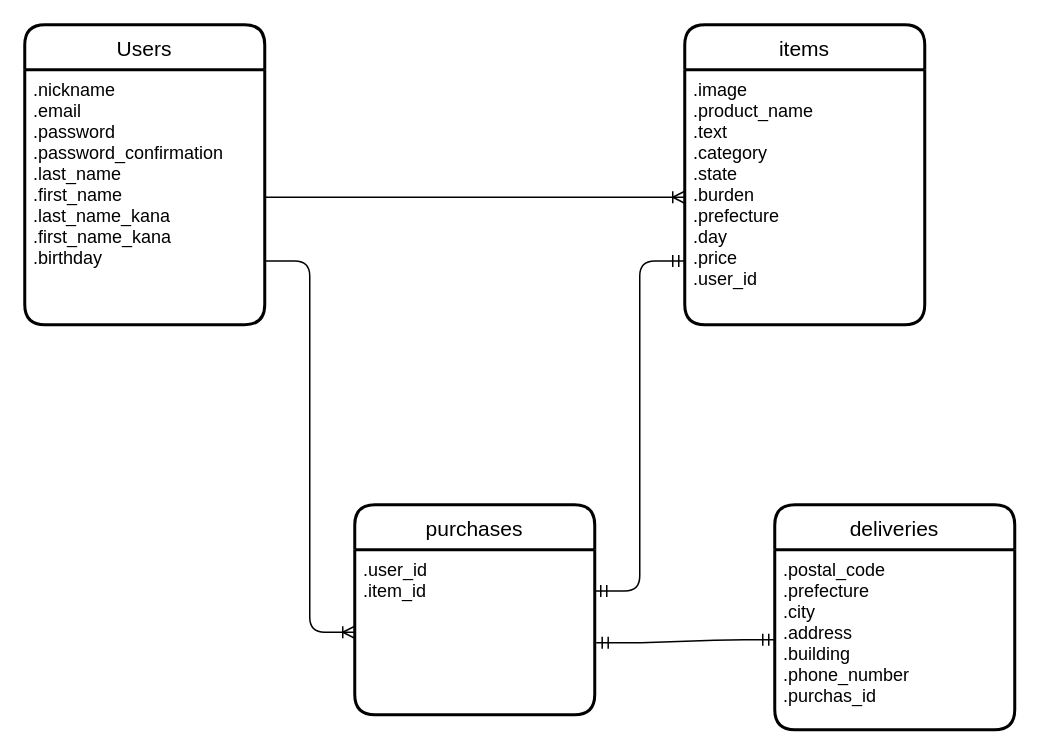
Earlier version of the draw.io diagram furima-32267.dio (mitsu-yama86/furima-32267). Source tidied: cells renumbered, new cells numbered last; positions are measured from the earlier drawing's top-left corner, leaving out a move shared by most shapes. Both pictures are drawn from the tidied source at 150%, with x=0, y=0 at pixel (24, 24).
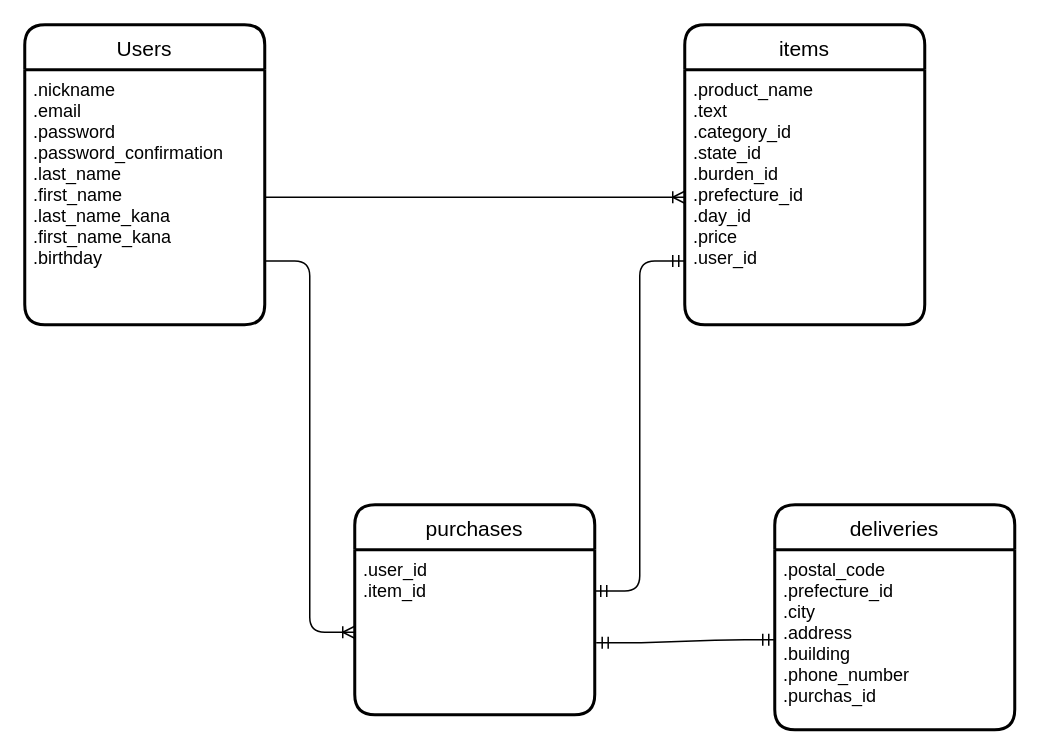
Above is the later version.

The edit, as a diff of the source:
```diff
@@
 <mxGraphModel>
   <root>
     <mxCell id="0" />
     <mxCell id="1" parent="0" />
     <mxCell id="2" value="Users" style="swimlane;horizontal=1;startSize=30;rounded=1;fontSize=14;fontStyle=0;strokeWidth=2;shadow=0;dashed=0;align=center;" parent="1" vertex="1">
       <mxGeometry width="160" height="200" as="geometry" />
     </mxCell>
     <mxCell id="3" value=".nickname&#10;.email&#10;.password&#10;.password_confirmation&#10;.last_name&#10;.first_name&#10;.last_name_kana&#10;.first_name_kana&#10;.birthday" style="align=left;strokeColor=none;fillColor=none;spacingLeft=4;fontSize=12;verticalAlign=top;" parent="2" vertex="1">
       <mxGeometry y="30" width="160" height="170" as="geometry" />
     </mxCell>
     <mxCell id="4" value="items" style="swimlane;horizontal=1;startSize=30;rounded=1;fontSize=14;fontStyle=0;strokeWidth=2;shadow=0;dashed=0;align=center;" parent="1" vertex="1">
       <mxGeometry x="440" width="160" height="200" as="geometry" />
     </mxCell>
-    <mxCell id="5" value=".image&#10;.product_name&#10;.text&#10;.category&#10;.state&#10;.burden&#10;.prefecture&#10;.day&#10;.price&#10;.user_id" style="align=left;strokeColor=none;fillColor=none;spacingLeft=4;fontSize=12;verticalAlign=top;" parent="4" vertex="1">
+    <mxCell id="5" value=".product_name&#10;.text&#10;.category_id&#10;.state_id&#10;.burden_id&#10;.prefecture_id&#10;.day_id&#10;.price&#10;.user_id" style="align=left;strokeColor=none;fillColor=none;spacingLeft=4;fontSize=12;verticalAlign=top;" parent="4" vertex="1">
       <mxGeometry y="30" width="160" height="170" as="geometry" />
     </mxCell>
     <mxCell id="6" value="purchases" style="swimlane;horizontal=1;startSize=30;rounded=1;fontSize=14;fontStyle=0;strokeWidth=2;shadow=0;dashed=0;align=center;" parent="1" vertex="1">
       <mxGeometry x="220" y="320" width="160" height="140" as="geometry" />
     </mxCell>
     <mxCell id="7" value=".user_id&#10;.item_id" style="align=left;strokeColor=none;fillColor=none;spacingLeft=4;fontSize=12;verticalAlign=top;" parent="6" vertex="1">
       <mxGeometry y="30" width="160" height="110" as="geometry" />
     </mxCell>
     <mxCell id="8" value="deliveries" style="swimlane;horizontal=1;startSize=30;rounded=1;fontSize=14;fontStyle=0;strokeWidth=2;shadow=0;dashed=0;align=center;" parent="1" vertex="1">
       <mxGeometry x="500" y="320" width="160" height="150" as="geometry" />
     </mxCell>
-    <mxCell id="9" value=".postal_code&#10;.prefecture&#10;.city&#10;.address&#10;.building&#10;.phone_number&#10;.purchas_id&#10;" style="align=left;strokeColor=none;fillColor=none;spacingLeft=4;fontSize=12;verticalAlign=top;" parent="8" vertex="1">
+    <mxCell id="9" value=".postal_code&#10;.prefecture_id&#10;.city&#10;.address&#10;.building&#10;.phone_number&#10;.purchas_id&#10;" style="align=left;strokeColor=none;fillColor=none;spacingLeft=4;fontSize=12;verticalAlign=top;" parent="8" vertex="1">
       <mxGeometry y="30" width="160" height="120" as="geometry" />
     </mxCell>
     <mxCell id="10" style="edgeStyle=entityRelationEdgeStyle;fontSize=12;html=1;endArrow=ERoneToMany;exitX=1;exitY=0.5;exitDx=0;exitDy=0;entryX=0;entryY=0.5;entryDx=0;entryDy=0;" parent="1" edge="1" source="3" target="5">
       <mxGeometry relative="1" as="geometry" />
     </mxCell>
     <mxCell id="11" style="edgeStyle=entityRelationEdgeStyle;fontSize=12;html=1;endArrow=ERoneToMany;exitX=1;exitY=0.75;exitDx=0;exitDy=0;entryX=0;entryY=0.5;entryDx=0;entryDy=0;" parent="1" edge="1" source="3" target="7">
       <mxGeometry relative="1" as="geometry" />
     </mxCell>
     <mxCell id="12" style="edgeStyle=entityRelationEdgeStyle;fontSize=12;html=1;endArrow=ERmandOne;startArrow=ERmandOne;exitX=1.006;exitY=0.564;exitDx=0;exitDy=0;entryX=0;entryY=0.5;entryDx=0;entryDy=0;exitPerimeter=0;" parent="1" edge="1" source="7" target="9">
       <mxGeometry relative="1" as="geometry" />
     </mxCell>
     <mxCell id="13" style="edgeStyle=entityRelationEdgeStyle;fontSize=12;html=1;endArrow=ERmandOne;startArrow=ERmandOne;entryX=0;entryY=0.75;entryDx=0;entryDy=0;exitX=1;exitY=0.25;exitDx=0;exitDy=0;" parent="1" edge="1" source="7" target="5">
       <mxGeometry relative="1" as="geometry" />
     </mxCell>
   </root>
 </mxGraphModel>
```
